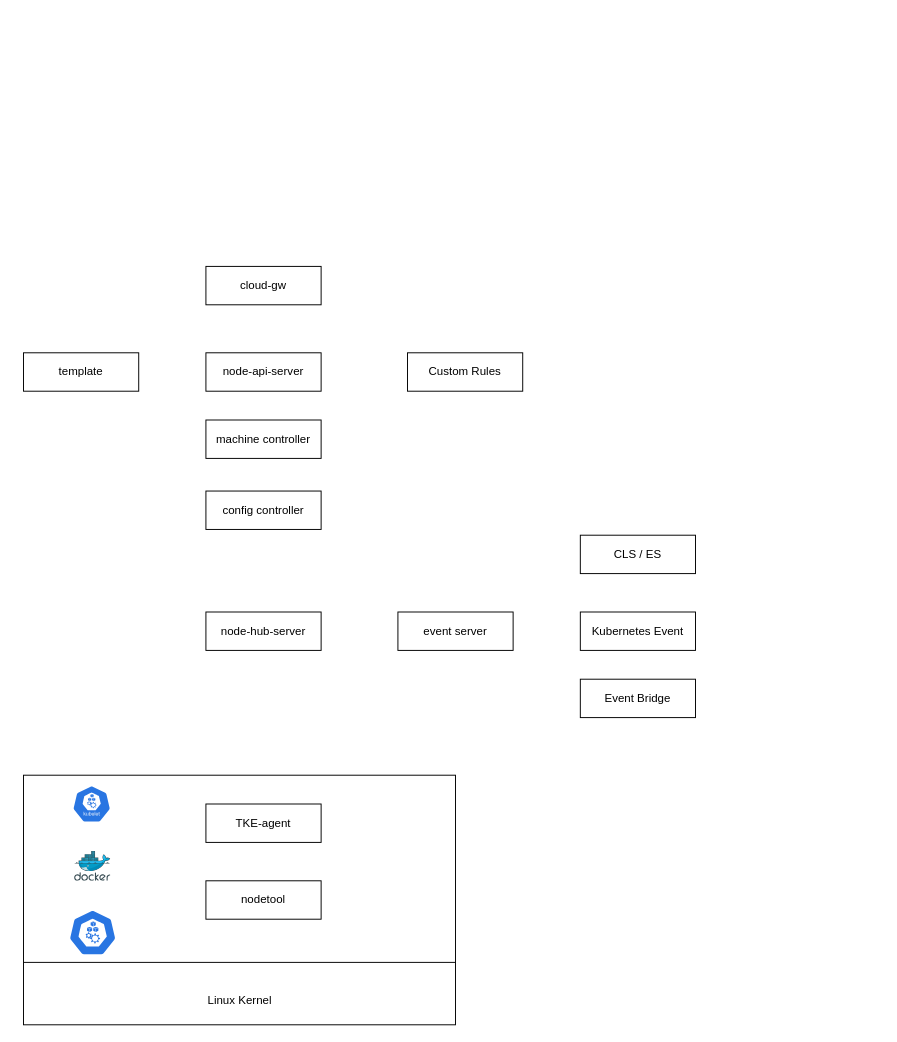
Earlier version of the draw.io diagram NativeDetect.drawio (payall4u/draw.io). Source tidied: cells renumbered, new cells numbered last; positions are measured from the earlier drawing's top-left corner, leaving out a move shared by most shapes. Both pictures are drawn from the tidied source at 96%, with x=0, y=0 at pixel (23, 266).
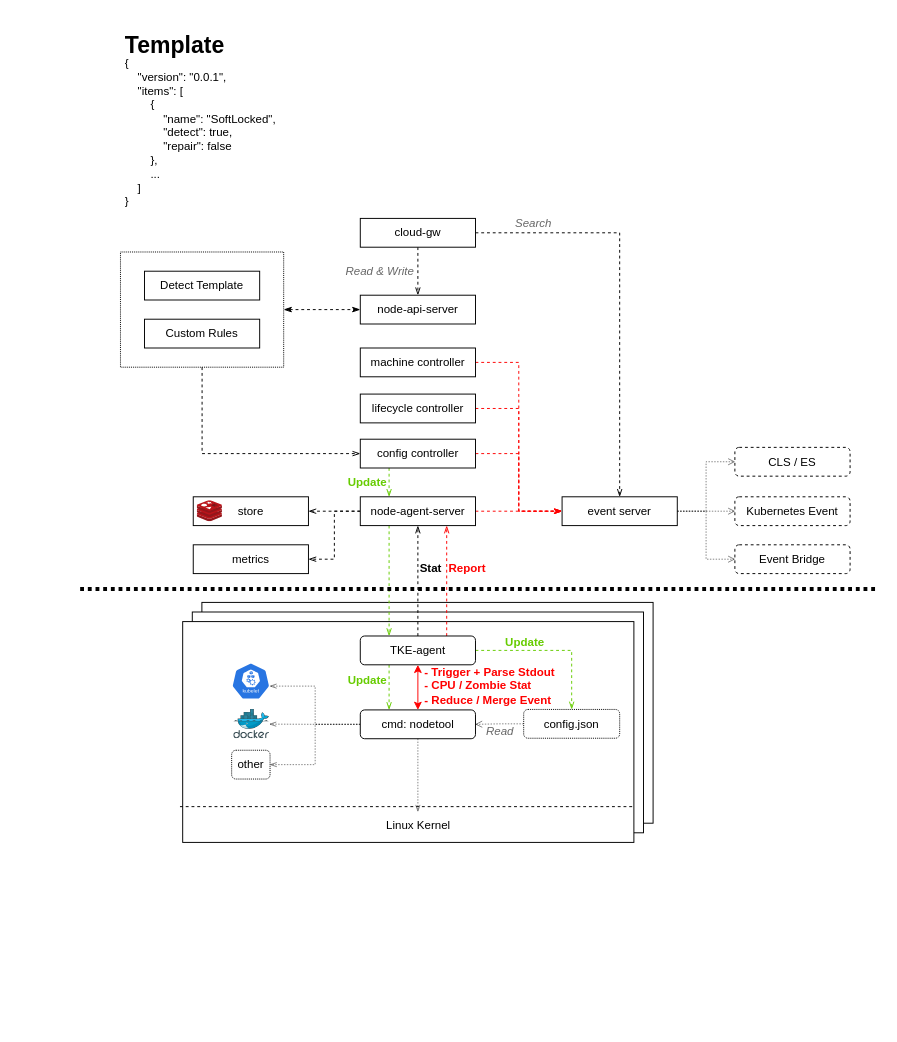
Above is the later version.

The edit, as a diff of the source:
```diff
@@
+    <mxCell id="22" style="whiteSpace=wrap;html=1;" parent="1" vertex="1">
+      <mxGeometry x="185.8" y="350" width="470" height="230" as="geometry" />
+    </mxCell>
+    <mxCell id="23" style="whiteSpace=wrap;html=1;" parent="1" vertex="1">
+      <mxGeometry x="175.8" y="360" width="470" height="230" as="geometry" />
+    </mxCell>
+    <mxCell id="13" style="whiteSpace=wrap;html=1;" parent="1" vertex="1">
+      <mxGeometry x="165.8" y="370" width="470" height="230" as="geometry" />
+    </mxCell>
+    <mxCell id="24" style="edgeStyle=orthogonalEdgeStyle;rounded=0;jettySize=auto;html=1;exitX=0.5;exitY=1;exitDx=0;exitDy=0;entryX=0.5;entryY=0;entryDx=0;entryDy=0;dashed=1;strokeColor=#000000;strokeWidth=1;fontFamily=Helvetica;fontSize=12;fontColor=#FF0000;endArrow=openThin;endFill=0;" parent="1" edge="1" source="2" target="3">
+      <mxGeometry relative="1" as="geometry" />
+    </mxCell>
+    <mxCell id="25" style="edgeStyle=orthogonalEdgeStyle;rounded=0;jettySize=auto;html=1;exitX=1;exitY=0.5;exitDx=0;exitDy=0;entryX=0.5;entryY=0;entryDx=0;entryDy=0;dashed=1;strokeColor=#000000;strokeWidth=1;fontFamily=Helvetica;fontSize=12;fontColor=#000000;startArrow=none;startFill=0;endArrow=openThin;endFill=0;" parent="1" edge="1" source="2" target="9">
+      <mxGeometry relative="1" as="geometry" />
+    </mxCell>
     <mxCell id="2" value="cloud-gw" style="whiteSpace=wrap;html=1;" parent="1" vertex="1">
-      <mxGeometry x="190" width="120" height="40" as="geometry" />
+      <mxGeometry x="350.8" y="-50" width="120" height="30" as="geometry" />
     </mxCell>
     <mxCell id="3" value="node-api-server" style="whiteSpace=wrap;html=1;" parent="1" vertex="1">
-      <mxGeometry x="190" y="90" width="120" height="40" as="geometry" />
+      <mxGeometry x="350.8" y="30" width="120" height="30" as="geometry" />
     </mxCell>
-    <mxCell id="4" value="template" style="whiteSpace=wrap;html=1;" parent="1" vertex="1">
-      <mxGeometry y="90" width="120" height="40" as="geometry" />
+    <mxCell id="4" value="Detect Template" style="whiteSpace=wrap;html=1;" parent="1" vertex="1">
+      <mxGeometry x="126" y="5" width="120" height="30" as="geometry" />
     </mxCell>
     <mxCell id="5" value="Custom Rules" style="whiteSpace=wrap;html=1;" parent="1" vertex="1">
-      <mxGeometry x="400" y="90" width="120" height="40" as="geometry" />
+      <mxGeometry x="126" y="55" width="120" height="30" as="geometry" />
     </mxCell>
+    <mxCell id="26" style="edgeStyle=orthogonalEdgeStyle;rounded=0;jettySize=auto;html=1;exitX=1;exitY=0.5;exitDx=0;exitDy=0;entryX=0;entryY=0.5;entryDx=0;entryDy=0;dashed=1;strokeColor=#FF0000;strokeWidth=1;fontFamily=Helvetica;fontSize=12;fontColor=#FF0000;endArrow=openThin;endFill=0;fillColor=#f8cecc;" parent="1" edge="1" source="6" target="9">
+      <mxGeometry relative="1" as="geometry" />
+    </mxCell>
     <mxCell id="6" value="machine controller" style="whiteSpace=wrap;html=1;" parent="1" vertex="1">
-      <mxGeometry x="190" y="160" width="120" height="40" as="geometry" />
+      <mxGeometry x="350.8" y="85" width="120" height="30" as="geometry" />
     </mxCell>
+    <mxCell id="27" style="edgeStyle=orthogonalEdgeStyle;rounded=0;jettySize=auto;html=1;exitX=0.25;exitY=1;exitDx=0;exitDy=0;entryX=0.25;entryY=0;entryDx=0;entryDy=0;dashed=1;strokeWidth=1;fontFamily=Helvetica;fontSize=12;fontColor=#FF0000;endArrow=openThin;endFill=0;fillColor=#d5e8d4;strokeColor=#66CC00;" parent="1" edge="1" source="7" target="8">
+      <mxGeometry relative="1" as="geometry" />
+    </mxCell>
+    <mxCell id="28" style="edgeStyle=orthogonalEdgeStyle;rounded=0;jettySize=auto;html=1;exitX=1;exitY=0.5;exitDx=0;exitDy=0;dashed=1;strokeColor=#FF0000;strokeWidth=1;fontFamily=Helvetica;fontSize=12;fontColor=#FF0000;endArrow=openThin;endFill=0;entryX=0;entryY=0.5;entryDx=0;entryDy=0;fillColor=#f8cecc;" parent="1" edge="1" source="7" target="9">
+      <mxGeometry relative="1" as="geometry" />
+    </mxCell>
     <mxCell id="7" value="config controller" style="whiteSpace=wrap;html=1;" parent="1" vertex="1">
-      <mxGeometry x="190" y="234" width="120" height="40" as="geometry" />
+      <mxGeometry x="350.8" y="180" width="120" height="30" as="geometry" />
     </mxCell>
+    <mxCell id="29" style="edgeStyle=orthogonalEdgeStyle;rounded=0;jettySize=auto;html=1;exitX=0.25;exitY=1;exitDx=0;exitDy=0;entryX=0.25;entryY=0;entryDx=0;entryDy=0;strokeWidth=1;fontFamily=Helvetica;fontSize=12;fontColor=#FF0000;endArrow=openThin;endFill=0;fillColor=#d5e8d4;strokeColor=#66CC00;dashed=1;" parent="1" edge="1" source="8" target="14">
+      <mxGeometry relative="1" as="geometry" />
+    </mxCell>
+    <mxCell id="30" style="edgeStyle=orthogonalEdgeStyle;rounded=0;jettySize=auto;html=1;exitX=0;exitY=0.5;exitDx=0;exitDy=0;entryX=1;entryY=0.5;entryDx=0;entryDy=0;dashed=1;strokeColor=#000000;strokeWidth=1;fontFamily=Helvetica;fontSize=12;fontColor=#FF0000;endArrow=openThin;endFill=0;" parent="1" edge="1" source="8" target="50">
+      <mxGeometry relative="1" as="geometry" />
+    </mxCell>
+    <mxCell id="31" style="edgeStyle=orthogonalEdgeStyle;rounded=0;jettySize=auto;html=1;exitX=0;exitY=0.5;exitDx=0;exitDy=0;entryX=1;entryY=0.5;entryDx=0;entryDy=0;dashed=1;strokeColor=#000000;strokeWidth=1;fontFamily=Helvetica;fontSize=12;fontColor=#FF0000;endArrow=openThin;endFill=0;" parent="1" edge="1" source="8" target="53">
+      <mxGeometry relative="1" as="geometry" />
+    </mxCell>
+    <mxCell id="32" style="edgeStyle=orthogonalEdgeStyle;rounded=0;jettySize=auto;html=1;exitX=1;exitY=0.5;exitDx=0;exitDy=0;dashed=1;strokeColor=#FF0000;strokeWidth=1;fontFamily=Helvetica;fontSize=12;fontColor=#FF0000;endArrow=openThin;endFill=0;" parent="1" edge="1" source="8">
+      <mxGeometry relative="1" as="geometry">
+        <mxPoint x="561" y="255" as="targetPoint" />
+      </mxGeometry>
+    </mxCell>
-    <mxCell id="8" value="node-hub-server" style="whiteSpace=wrap;html=1;" parent="1" vertex="1">
-      <mxGeometry x="190" y="360" width="120" height="40" as="geometry" />
+    <mxCell id="8" value="node-agent-server" style="whiteSpace=wrap;html=1;" parent="1" vertex="1">
+      <mxGeometry x="350.8" y="240" width="120" height="30" as="geometry" />
     </mxCell>
+    <mxCell id="33" style="edgeStyle=none;rounded=0;jettySize=auto;html=1;exitX=1;exitY=0.5;exitDx=0;exitDy=0;entryX=0;entryY=0.5;entryDx=0;entryDy=0;strokeWidth=0.5;endArrow=open;endFill=0;dashed=1;" parent="1" edge="1" source="9" target="10">
+      <mxGeometry relative="1" as="geometry" />
+    </mxCell>
     <mxCell id="9" value="event server" style="whiteSpace=wrap;html=1;" parent="1" vertex="1">
-      <mxGeometry x="390" y="360" width="120" height="40" as="geometry" />
+      <mxGeometry x="561" y="240" width="120" height="30" as="geometry" />
     </mxCell>
-    <mxCell id="10" value="Kubernetes Event" style="whiteSpace=wrap;html=1;" parent="1" vertex="1">
-      <mxGeometry x="580" y="360" width="120" height="40" as="geometry" />
+    <mxCell id="10" value="Kubernetes Event" style="whiteSpace=wrap;html=1;rounded=1;dashed=1;" parent="1" vertex="1">
+      <mxGeometry x="741" y="240" width="120" height="30" as="geometry" />
     </mxCell>
-    <mxCell id="11" value="Event Bridge" style="whiteSpace=wrap;html=1;" parent="1" vertex="1">
-      <mxGeometry x="580" y="430" width="120" height="40" as="geometry" />
+    <mxCell id="11" value="Event Bridge" style="whiteSpace=wrap;html=1;dashed=1;strokeWidth=1;rounded=1;" parent="1" vertex="1">
+      <mxGeometry x="741" y="290" width="120" height="30" as="geometry" />
     </mxCell>
-    <mxCell id="12" value="CLS / ES" style="whiteSpace=wrap;html=1;" parent="1" vertex="1">
-      <mxGeometry x="580" y="280" width="120" height="40" as="geometry" />
+    <mxCell id="12" value="CLS / ES" style="whiteSpace=wrap;html=1;rounded=1;dashed=1;" parent="1" vertex="1">
+      <mxGeometry x="741" y="188.5" width="120" height="30" as="geometry" />
     </mxCell>
-    <mxCell id="13" style="whiteSpace=wrap;html=1;" parent="1" vertex="1">
-      <mxGeometry y="530" width="450" height="260" as="geometry" />
-    </mxCell>
+    <mxCell id="34" style="edgeStyle=orthogonalEdgeStyle;rounded=0;jettySize=auto;html=1;exitX=0.5;exitY=1;exitDx=0;exitDy=0;entryX=0.5;entryY=0;entryDx=0;entryDy=0;strokeWidth=1;endArrow=classic;endFill=1;startArrow=classic;startFill=1;strokeColor=#FF0000;" parent="1" edge="1" source="14" target="21">
+      <mxGeometry relative="1" as="geometry" />
+    </mxCell>
+    <mxCell id="35" style="edgeStyle=orthogonalEdgeStyle;rounded=0;jettySize=auto;html=1;exitX=0.25;exitY=1;exitDx=0;exitDy=0;entryX=0.25;entryY=0;entryDx=0;entryDy=0;strokeWidth=1;endArrow=openThin;endFill=0;dashed=1;fillColor=#d5e8d4;strokeColor=#66CC00;" parent="1" edge="1" source="14" target="21">
+      <mxGeometry relative="1" as="geometry" />
+    </mxCell>
+    <mxCell id="36" style="edgeStyle=orthogonalEdgeStyle;rounded=0;jettySize=auto;html=1;exitX=1;exitY=0.5;exitDx=0;exitDy=0;entryX=0.5;entryY=0;entryDx=0;entryDy=0;dashed=1;strokeWidth=1;endArrow=openThin;endFill=0;fillColor=#d5e8d4;strokeColor=#66CC00;" parent="1" edge="1" source="14" target="43">
+      <mxGeometry relative="1" as="geometry" />
+    </mxCell>
+    <mxCell id="37" style="edgeStyle=orthogonalEdgeStyle;rounded=0;jettySize=auto;html=1;exitX=0.75;exitY=0;exitDx=0;exitDy=0;entryX=0.75;entryY=1;entryDx=0;entryDy=0;dashed=1;strokeColor=#FF0000;strokeWidth=1;fontFamily=Helvetica;fontSize=12;fontColor=#FF0000;endArrow=openThin;endFill=0;fillColor=#f8cecc;" parent="1" edge="1" source="14" target="8">
+      <mxGeometry relative="1" as="geometry" />
+    </mxCell>
+    <mxCell id="38" style="edgeStyle=orthogonalEdgeStyle;rounded=0;jettySize=auto;html=1;exitX=0.5;exitY=0;exitDx=0;exitDy=0;entryX=0.5;entryY=1;entryDx=0;entryDy=0;dashed=1;strokeColor=#000000;strokeWidth=1;fontFamily=Helvetica;fontSize=12;fontColor=#FF0000;endArrow=openThin;endFill=0;" parent="1" edge="1" source="14" target="8">
+      <mxGeometry relative="1" as="geometry" />
+    </mxCell>
-    <mxCell id="14" value="TKE-agent" style="whiteSpace=wrap;html=1;" parent="1" vertex="1">
-      <mxGeometry x="190" y="560" width="120" height="40" as="geometry" />
+    <mxCell id="14" value="TKE-agent" style="whiteSpace=wrap;html=1;rounded=1;" parent="1" vertex="1">
+      <mxGeometry x="350.8" y="385" width="120" height="30" as="geometry" />
     </mxCell>
     <mxCell id="15" style="sketch=0;html=1;dashed=0;whitespace=wrap;fillColor=#2875E2;strokeColor=#ffffff;points=[[0.005,0.63,0],[0.1,0.2,0],[0.9,0.2,0],[0.5,0,0],[0.995,0.63,0],[0.72,0.99,0],[0.5,1,0],[0.28,0.99,0]];verticalLabelPosition=bottom;align=center;verticalAlign=top;shape=mxgraph.kubernetes.icon;prIcon=kubelet;" parent="1" vertex="1">
-      <mxGeometry x="51" y="540" width="40" height="40" as="geometry" />
+      <mxGeometry x="216.8" y="412" width="40" height="40" as="geometry" />
     </mxCell>
     <mxCell id="16" style="sketch=0;html=1;points=[];align=center;image;fontSize=12;image=img/lib/mscae/Docker.svg;" parent="1" vertex="1">
-      <mxGeometry x="53.2" y="609.5" width="37.8" height="31" as="geometry" />
+      <mxGeometry x="219" y="461.5" width="37.2" height="30.5" as="geometry" />
     </mxCell>
-    <mxCell id="17" style="sketch=0;html=1;dashed=0;whitespace=wrap;fillColor=#2875E2;strokeColor=#ffffff;verticalLabelPosition=bottom;align=center;verticalAlign=top;shape=mxgraph.kubernetes.icon;prIcon=node;" parent="1" vertex="1">
-      <mxGeometry x="47" y="670" width="50" height="48" as="geometry" />
-    </mxCell>
@@
-    <mxCell id="19" style="edgeStyle=none;rounded=0;orthogonalLoop=1;jettySize=auto;html=1;exitX=0;exitY=0.75;exitDx=0;exitDy=0;entryX=1;entryY=0.75;entryDx=0;entryDy=0;endArrow=none;endFill=0;" parent="1" edge="1" source="13" target="13">
+    <mxCell id="19" style="edgeStyle=none;rounded=0;orthogonalLoop=1;jettySize=auto;html=1;exitX=-0.006;exitY=0.838;exitDx=0;exitDy=0;entryX=0.998;entryY=0.838;entryDx=0;entryDy=0;endArrow=none;endFill=0;dashed=1;strokeWidth=1;entryPerimeter=0;exitPerimeter=0;" parent="1" edge="1" source="13" target="13">
       <mxGeometry relative="1" as="geometry" />
     </mxCell>
     <mxCell id="20" value="Linux Kernel" style="text;html=1;align=center;verticalAlign=middle;points=[];strokeColor=none;fillColor=none;" parent="1" vertex="1">
-      <mxGeometry x="180" y="750" width="90" height="30" as="geometry" />
+      <mxGeometry x="365.8" y="568" width="90" height="30" as="geometry" />
     </mxCell>
+    <mxCell id="39" style="edgeStyle=orthogonalEdgeStyle;rounded=0;jettySize=auto;html=1;exitX=0;exitY=0.5;exitDx=0;exitDy=0;entryX=0.995;entryY=0.63;entryDx=0;entryDy=0;entryPerimeter=0;strokeWidth=0.5;endArrow=openThin;endFill=0;dashed=1;" parent="1" edge="1" source="21" target="15">
+      <mxGeometry relative="1" as="geometry" />
+    </mxCell>
+    <mxCell id="40" style="edgeStyle=orthogonalEdgeStyle;rounded=0;jettySize=auto;html=1;exitX=0;exitY=0.5;exitDx=0;exitDy=0;strokeWidth=0.5;endArrow=openThin;endFill=0;dashed=1;" parent="1" edge="1" source="21" target="16">
+      <mxGeometry relative="1" as="geometry" />
+    </mxCell>
+    <mxCell id="41" style="edgeStyle=orthogonalEdgeStyle;rounded=0;jettySize=auto;html=1;exitX=0;exitY=0.5;exitDx=0;exitDy=0;entryX=1;entryY=0.5;entryDx=0;entryDy=0;strokeWidth=0.5;endArrow=openThin;endFill=0;dashed=1;" parent="1" edge="1" source="21" target="44">
+      <mxGeometry relative="1" as="geometry" />
+    </mxCell>
-    <mxCell id="21" value="nodetool" style="whiteSpace=wrap;html=1;" parent="1" vertex="1">
-      <mxGeometry x="190" y="640" width="120" height="40" as="geometry" />
+    <mxCell id="21" value="cmd: nodetool" style="whiteSpace=wrap;html=1;rounded=1;" parent="1" vertex="1">
+      <mxGeometry x="350.8" y="462" width="120" height="30" as="geometry" />
     </mxCell>
+    <mxCell id="42" style="edgeStyle=orthogonalEdgeStyle;rounded=0;jettySize=auto;html=1;exitX=0;exitY=0.5;exitDx=0;exitDy=0;entryX=1;entryY=0.5;entryDx=0;entryDy=0;dashed=1;strokeWidth=0.5;endArrow=open;endFill=0;" parent="1" edge="1" source="43" target="21">
+      <mxGeometry relative="1" as="geometry" />
+    </mxCell>
+    <mxCell id="43" value="config.json" style="whiteSpace=wrap;html=1;rounded=1;glass=0;shadow=0;dashed=1;dashPattern=1 1;" parent="1" vertex="1">
+      <mxGeometry x="521" y="461.5" width="100" height="30" as="geometry" />
+    </mxCell>
+    <mxCell id="44" value="other" style="whiteSpace=wrap;html=1;dashed=1;dashPattern=1 1;rounded=1;" parent="1" vertex="1">
+      <mxGeometry x="216.8" y="504" width="40" height="30" as="geometry" />
+    </mxCell>
+    <mxCell id="45" style="edgeStyle=orthogonalEdgeStyle;rounded=0;jettySize=auto;html=1;exitX=1;exitY=0.5;exitDx=0;exitDy=0;entryX=0;entryY=0.5;entryDx=0;entryDy=0;strokeWidth=0.5;endArrow=open;endFill=0;dashed=1;" parent="1" edge="1" source="9" target="12">
+      <mxGeometry relative="1" as="geometry" />
+    </mxCell>
+    <mxCell id="46" style="edgeStyle=orthogonalEdgeStyle;rounded=0;jettySize=auto;html=1;exitX=1;exitY=0.5;exitDx=0;exitDy=0;entryX=0;entryY=0.5;entryDx=0;entryDy=0;strokeWidth=0.5;endArrow=open;endFill=0;dashed=1;" parent="1" edge="1" source="9" target="11">
+      <mxGeometry relative="1" as="geometry" />
+    </mxCell>
+    <mxCell id="47" style="edgeStyle=orthogonalEdgeStyle;rounded=0;jettySize=auto;html=1;exitX=0.5;exitY=1;exitDx=0;exitDy=0;strokeWidth=0.5;endArrow=openThin;endFill=0;dashed=1;" parent="1" edge="1" source="21" target="20">
+      <mxGeometry relative="1" as="geometry" />
+    </mxCell>
+    <mxCell id="48" value="- Trigger + Parse Stdout&lt;br&gt;- CPU / Zombie Stat&lt;br&gt;- Reduce / Merge Event" style="text;html=1;align=left;verticalAlign=middle;strokeColor=none;fillColor=none;rounded=1;shadow=0;glass=0;dashed=1;dashPattern=1 1;sketch=0;strokeWidth=1;fontStyle=1;fontColor=#FF0000;fontSize=12;" parent="1" vertex="1">
+      <mxGeometry x="416" y="407" width="160" height="60" as="geometry" />
+    </mxCell>
+    <mxCell id="49" value="Read" style="text;html=1;align=center;verticalAlign=middle;strokeColor=none;fillColor=none;rounded=1;shadow=0;glass=0;dashed=1;dashPattern=1 1;sketch=0;strokeWidth=1;fontStyle=2;textOpacity=60;" parent="1" vertex="1">
+      <mxGeometry x="471" y="470" width="50" height="30" as="geometry" />
+    </mxCell>
+    <mxCell id="50" value="store" style="whiteSpace=wrap;html=1;" parent="1" vertex="1">
+      <mxGeometry x="176.8" y="240" width="120" height="30" as="geometry" />
+    </mxCell>
+    <mxCell id="51" style="line;strokeWidth=4;html=1;perimeter=backbonePerimeter;rounded=1;shadow=0;glass=0;dashed=1;dashPattern=1 1;sketch=0;fontFamily=Helvetica;fontSize=12;fontColor=#FF0000;fillColor=none;gradientColor=none;" parent="1" vertex="1">
+      <mxGeometry x="59" y="331" width="832" height="10" as="geometry" />
+    </mxCell>
+    <mxCell id="52" style="sketch=0;html=1;align=center;image;fontSize=12;image=img/lib/mscae/Cache_Redis_Product.svg;rounded=1;shadow=0;glass=0;dashed=1;dashPattern=1 1;strokeWidth=1;fontFamily=Helvetica;fontColor=#FF0000;fillColor=none;gradientColor=none;" parent="1" vertex="1">
+      <mxGeometry x="181" y="244" width="26.2" height="22" as="geometry" />
+    </mxCell>
+    <mxCell id="53" value="metrics" style="whiteSpace=wrap;html=1;" parent="1" vertex="1">
+      <mxGeometry x="176.8" y="290" width="120" height="30" as="geometry" />
+    </mxCell>
+    <mxCell id="54" value="Update" style="text;html=1;align=center;verticalAlign=middle;strokeColor=none;fillColor=none;rounded=1;shadow=0;glass=0;dashed=1;dashPattern=1 1;sketch=0;strokeWidth=1;fontStyle=1;fontColor=#66CC00;fontSize=12;" parent="1" vertex="1">
+      <mxGeometry x="328" y="417" width="60" height="30" as="geometry" />
+    </mxCell>
+    <mxCell id="55" value="Report" style="text;html=1;align=center;verticalAlign=middle;strokeColor=none;fillColor=none;rounded=1;shadow=0;glass=0;dashed=1;dashPattern=1 1;sketch=0;strokeWidth=1;fontStyle=1;fontColor=#FF0000;fontSize=12;" parent="1" vertex="1">
+      <mxGeometry x="432" y="300" width="60" height="30" as="geometry" />
+    </mxCell>
+    <mxCell id="56" value="Update" style="text;html=1;align=center;verticalAlign=middle;strokeColor=none;fillColor=none;rounded=1;shadow=0;glass=0;dashed=1;dashPattern=1 1;sketch=0;strokeWidth=1;fontStyle=1;fontColor=#66CC00;fontSize=12;" parent="1" vertex="1">
+      <mxGeometry x="492" y="377" width="60" height="30" as="geometry" />
+    </mxCell>
+    <mxCell id="57" value="Stat" style="text;html=1;align=center;verticalAlign=middle;strokeColor=none;fillColor=none;rounded=1;shadow=0;glass=0;dashed=1;dashPattern=1 1;sketch=0;strokeWidth=1;fontStyle=1;fontColor=#000000;fontSize=12;" parent="1" vertex="1">
+      <mxGeometry x="398.8" y="300" width="50" height="30" as="geometry" />
+    </mxCell>
+    <mxCell id="58" value="Search" style="text;html=1;align=center;verticalAlign=middle;strokeColor=none;fillColor=none;rounded=1;shadow=0;glass=0;dashed=1;dashPattern=1 1;sketch=0;strokeWidth=1;fontStyle=2;textOpacity=60;" parent="1" vertex="1">
+      <mxGeometry x="501" y="-60" width="60" height="30" as="geometry" />
+    </mxCell>
+    <mxCell id="59" value="Read &amp;amp; Write" style="text;html=1;align=center;verticalAlign=middle;strokeColor=none;fillColor=none;rounded=1;shadow=0;glass=0;dashed=1;dashPattern=1 1;sketch=0;strokeWidth=1;fontStyle=2;textOpacity=60;" parent="1" vertex="1">
+      <mxGeometry x="326" y="-10" width="90" height="30" as="geometry" />
+    </mxCell>
+    <mxCell id="60" style="edgeStyle=orthogonalEdgeStyle;rounded=0;jettySize=auto;html=1;exitX=1;exitY=0.5;exitDx=0;exitDy=0;entryX=0;entryY=0.5;entryDx=0;entryDy=0;dashed=1;strokeColor=#000000;strokeWidth=1;fontFamily=Helvetica;fontSize=12;fontColor=#000000;startArrow=classicThin;startFill=1;endArrow=classicThin;endFill=1;" parent="1" edge="1" source="62" target="3">
+      <mxGeometry relative="1" as="geometry" />
+    </mxCell>
+    <mxCell id="61" style="edgeStyle=orthogonalEdgeStyle;rounded=0;jettySize=auto;html=1;exitX=0.5;exitY=1;exitDx=0;exitDy=0;entryX=0;entryY=0.5;entryDx=0;entryDy=0;dashed=1;strokeColor=#000000;strokeWidth=1;fontFamily=Helvetica;fontSize=12;fontColor=#000000;startArrow=none;startFill=0;endArrow=openThin;endFill=0;" parent="1" edge="1" source="62" target="7">
+      <mxGeometry relative="1" as="geometry" />
+    </mxCell>
+    <mxCell id="62" style="rounded=0;whiteSpace=wrap;html=1;shadow=0;glass=0;dashed=1;dashPattern=1 1;sketch=0;strokeWidth=1;fontFamily=Helvetica;fontSize=12;fontColor=#000000;fillColor=none;gradientColor=none;" parent="1" vertex="1">
+      <mxGeometry x="101" y="-15" width="170" height="120" as="geometry" />
+    </mxCell>
+    <mxCell id="63" value="Update" style="text;html=1;align=center;verticalAlign=middle;strokeColor=none;fillColor=none;rounded=1;shadow=0;glass=0;dashed=1;dashPattern=1 1;sketch=0;strokeWidth=1;fontStyle=1;fontColor=#66CC00;fontSize=12;" parent="1" vertex="1">
+      <mxGeometry x="328" y="210" width="60" height="30" as="geometry" />
+    </mxCell>
+    <mxCell id="64" value="{&#10;    &quot;version&quot;: &quot;0.0.1&quot;,  &#10;    &quot;items&quot;: [&#10;        {&#10;            &quot;name&quot;: &quot;SoftLocked&quot;,&#10;            &quot;detect&quot;: true, &#10;            &quot;repair&quot;: false&#10;        },&#10;        ...&#10;    ]&#10;}" style="text;strokeColor=none;fillColor=none;spacing=5;spacingTop=-20;whiteSpace=wrap;overflow=hidden;rounded=0;shadow=0;glass=0;dashed=1;dashPattern=1 1;sketch=0;strokeWidth=1;fontFamily=Helvetica;fontSize=12;fontColor=#000000;" parent="1" vertex="1">
+      <mxGeometry x="101" y="-208" width="210" height="170" as="geometry" />
+    </mxCell>
+    <mxCell id="65" value="&lt;h1&gt;Template&lt;/h1&gt;" style="text;html=1;strokeColor=none;fillColor=none;spacing=5;spacingTop=-20;whiteSpace=wrap;overflow=hidden;rounded=0;shadow=0;glass=0;dashed=1;dashPattern=1 1;sketch=0;strokeWidth=1;fontFamily=Helvetica;fontSize=12;fontColor=#000000;" parent="1" vertex="1">
+      <mxGeometry x="101" y="-250" width="190" height="120" as="geometry" />
+    </mxCell>
+    <mxCell id="66" style="edgeStyle=orthogonalEdgeStyle;rounded=0;jettySize=auto;html=1;exitX=1;exitY=0.5;exitDx=0;exitDy=0;entryX=0;entryY=0.5;entryDx=0;entryDy=0;dashed=1;strokeColor=#FF0000;strokeWidth=1;fontFamily=Helvetica;fontSize=12;fontColor=#000000;startArrow=none;startFill=0;endArrow=classicThin;endFill=1;" parent="1" edge="1" source="67" target="9">
+      <mxGeometry relative="1" as="geometry" />
+    </mxCell>
+    <mxCell id="67" value="lifecycle controller" style="whiteSpace=wrap;html=1;" parent="1" vertex="1">
+      <mxGeometry x="350.8" y="133" width="120" height="30" as="geometry" />
+    </mxCell>
```
